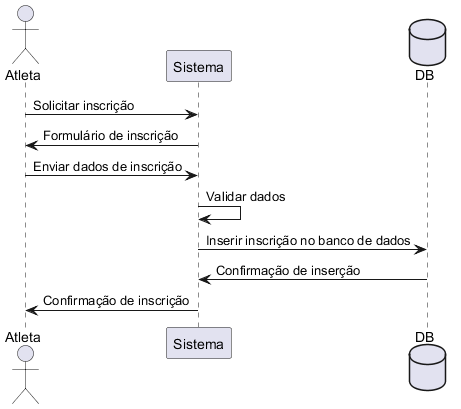
Above: diagramas/diagrama_comunicacao.png in luizfelipecm1/projetofinal-pds (PlantUML), before the change. Source of this version:
```plantuml
@startuml
actor Atleta
participant Sistema
database DB

Atleta -> Sistema: Solicitar inscrição
Sistema -> Atleta: Formulário de inscrição
Atleta -> Sistema: Enviar dados de inscrição
Sistema -> Sistema: Validar dados
Sistema -> DB: Inserir inscrição no banco de dados
DB -> Sistema: Confirmação de inserção
Sistema -> Atleta: Confirmação de inscrição
@enduml
```
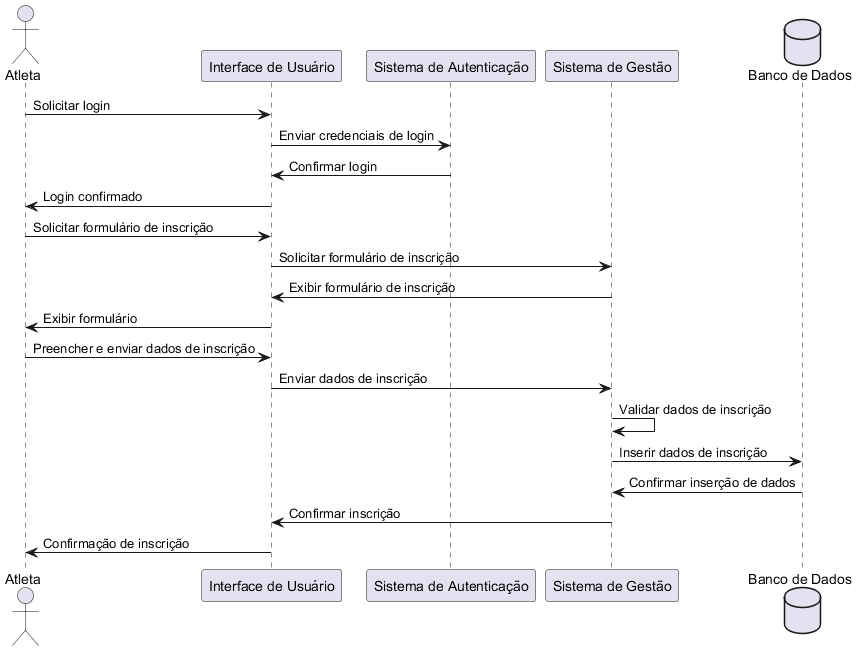
The same file after the commit.

What changed in the source:
```diff
@@ -1,13 +1,25 @@
 @startuml
 actor Atleta
-participant Sistema
-database DB
+participant "Interface de Usuário" as IU
+participant "Sistema de Autenticação" as Auth
+participant "Sistema de Gestão" as SG
+database "Banco de Dados" as BD
 
-Atleta -> Sistema: Solicitar inscrição
-Sistema -> Atleta: Formulário de inscrição
-Atleta -> Sistema: Enviar dados de inscrição
-Sistema -> Sistema: Validar dados
-Sistema -> DB: Inserir inscrição no banco de dados
-DB -> Sistema: Confirmação de inserção
-Sistema -> Atleta: Confirmação de inscrição
+Atleta -> IU : Solicitar login
+IU -> Auth : Enviar credenciais de login
+Auth -> IU : Confirmar login
+IU -> Atleta : Login confirmado
+
+Atleta -> IU : Solicitar formulário de inscrição
+IU -> SG : Solicitar formulário de inscrição
+SG -> IU : Exibir formulário de inscrição
+IU -> Atleta : Exibir formulário
+
+Atleta -> IU : Preencher e enviar dados de inscrição
+IU -> SG : Enviar dados de inscrição
+SG -> SG : Validar dados de inscrição
+SG -> BD : Inserir dados de inscrição
+BD -> SG : Confirmar inserção de dados
+SG -> IU : Confirmar inscrição
+IU -> Atleta : Confirmação de inscrição
 @enduml
```
